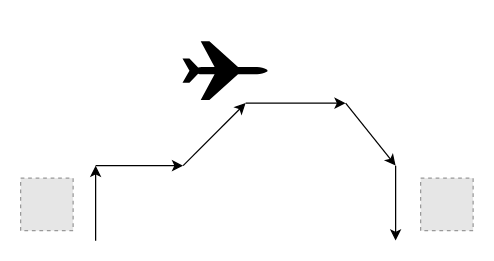
This is ViewLayer/images/MissionProfile4.drawio from Hesham-E/DroneAnalysisApp, a draw.io file, before an edit. Source tidied: cells renumbered, new cells numbered last; positions are measured from the earlier drawing's top-left corner, leaving out a move shared by most shapes. Both pictures are drawn from the tidied source at 125%, with x=0, y=0 at pixel (20, 28). Pictures stored in the file or linked from it are replaced by grey dashed boxes.
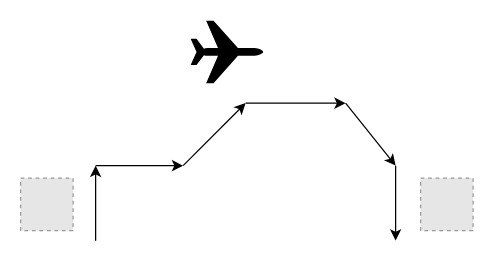
The same diagram, later.

Change to the diagram source:
```diff
@@
 <mxGraphModel>
   <root>
     <mxCell id="0" />
     <mxCell id="1" parent="0" />
     <mxCell id="2" style="endArrow=classic;html=1;rounded=0;" parent="1" edge="1">
       <mxGeometry relative="1" as="geometry">
         <mxPoint x="60" y="170" as="sourcePoint" />
         <mxPoint x="60" y="110" as="targetPoint" />
       </mxGeometry>
     </mxCell>
     <mxCell id="3" style="endArrow=classic;html=1;rounded=0;" parent="1" edge="1">
       <mxGeometry relative="1" as="geometry">
         <mxPoint x="60" y="110" as="sourcePoint" />
         <mxPoint x="130" y="110" as="targetPoint" />
       </mxGeometry>
     </mxCell>
     <mxCell id="4" style="endArrow=classic;html=1;rounded=0;" parent="1" edge="1">
       <mxGeometry relative="1" as="geometry">
         <mxPoint x="130" y="110" as="sourcePoint" />
         <mxPoint x="180" y="60" as="targetPoint" />
       </mxGeometry>
     </mxCell>
     <mxCell id="5" style="endArrow=classic;html=1;rounded=0;" parent="1" edge="1">
       <mxGeometry relative="1" as="geometry">
         <mxPoint x="180" y="60" as="sourcePoint" />
         <mxPoint x="260" y="60" as="targetPoint" />
       </mxGeometry>
     </mxCell>
     <mxCell id="6" style="endArrow=classic;html=1;rounded=0;" parent="1" edge="1">
       <mxGeometry relative="1" as="geometry">
         <mxPoint x="260" y="60" as="sourcePoint" />
         <mxPoint x="300" y="110" as="targetPoint" />
       </mxGeometry>
     </mxCell>
     <mxCell id="7" style="endArrow=classic;html=1;rounded=0;" parent="1" edge="1">
       <mxGeometry relative="1" as="geometry">
         <mxPoint x="300" y="110" as="sourcePoint" />
         <mxPoint x="300" y="170" as="targetPoint" />
       </mxGeometry>
     </mxCell>
     <mxCell id="8" style="fillColor=#E6E6E6;strokeColor=#999999;dashed=1;verticalLabelPosition=bottom;labelBackgroundColor=default;verticalAlign=top;" parent="1" vertex="1">
       <mxGeometry y="120" width="42" height="42" as="geometry" />
     </mxCell>
     <mxCell id="9" style="fillColor=#E6E6E6;strokeColor=#999999;dashed=1;verticalLabelPosition=bottom;labelBackgroundColor=default;verticalAlign=top;" parent="1" vertex="1">
       <mxGeometry x="320" y="120" width="42" height="42" as="geometry" />
     </mxCell>
-    <mxCell id="10" style="shape=mxgraph.signs.transportation.airplane_3;html=1;fillColor=#000000;strokeColor=none;verticalLabelPosition=bottom;verticalAlign=top;align=center;rotation=90;" parent="1" vertex="1">
-      <mxGeometry x="140" width="47" height="68" as="geometry" />
-    </mxCell>
+    <mxCell id="11" style="shape=mxgraph.signs.transportation.airplane_3;html=1;fillColor=#000000;strokeColor=none;verticalLabelPosition=bottom;verticalAlign=top;align=center;rotation=90;" parent="1" vertex="1">
+      <mxGeometry x="140" y="-10" width="50" height="58" as="geometry" />
+    </mxCell>
   </root>
 </mxGraphModel>
```
